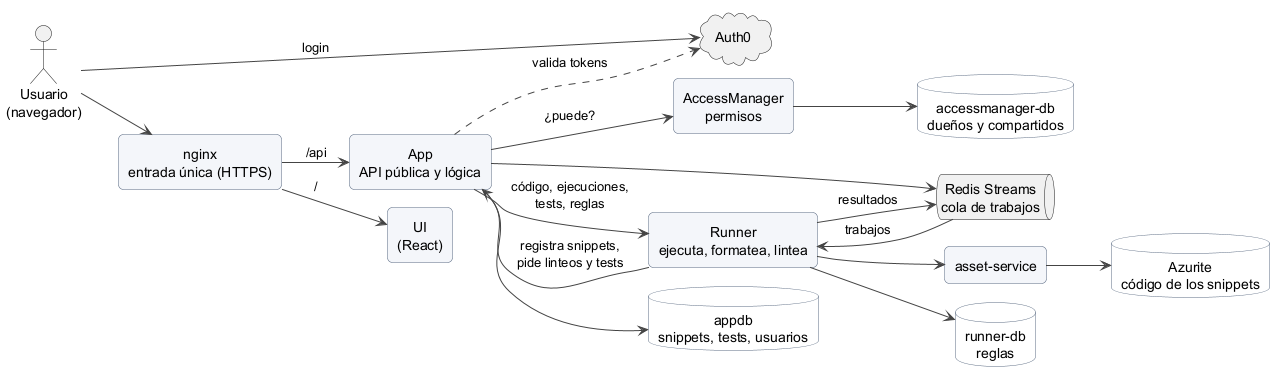
The PlantUML diagram uml_graph.png in Grupo-14-INGSIS/SnippetSearcher-Infrastructure, before a commit.
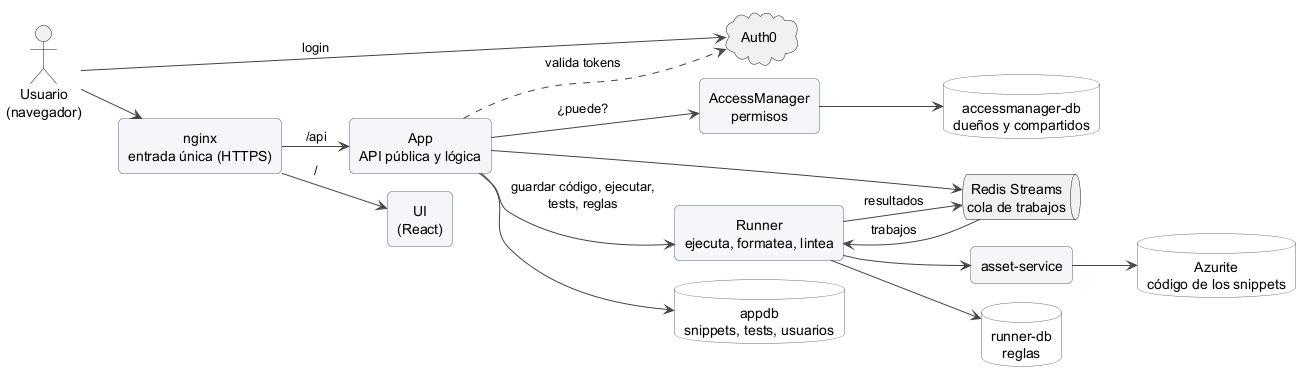
The same diagram one commit later.

The edit, as a diff of the source:
```diff
@@ -39,8 +39,7 @@
 app ..> auth0 : valida tokens
 
 app --> am : ¿puede?
-app --> runner : código, ejecuciones,\ntests, reglas
-runner --> app : registra snippets,\npide linteos y tests
+app --> runner : guardar código, ejecutar,\ntests, reglas
 
 app --> redis
 redis --> runner : trabajos
```
